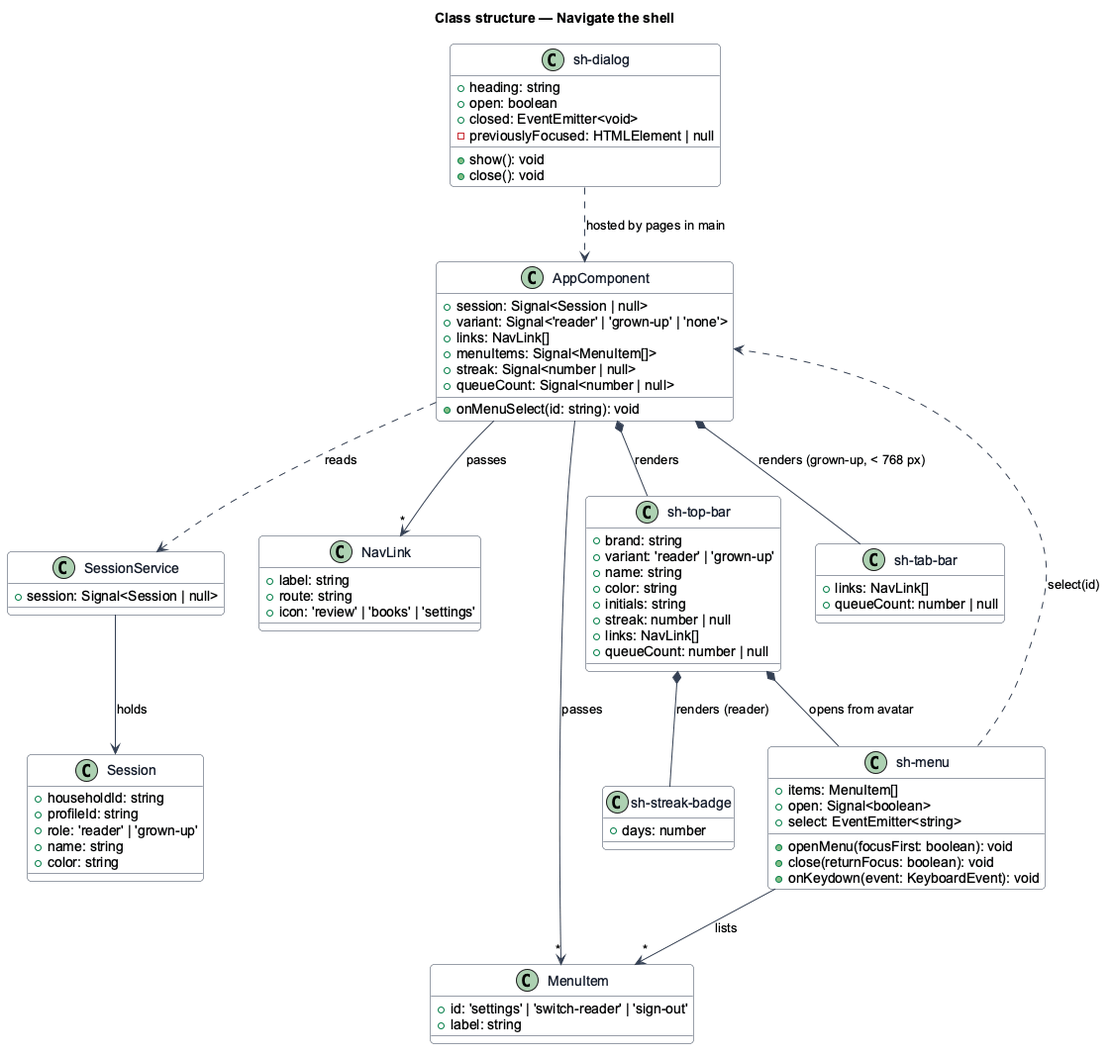
The PlantUML diagram docs/detailed-designs/shell/navigate-shell/diagrams/class-structure.png in QuinntyneBrown/shelfie, before a commit. The source it was exported from:
```plantuml
@startuml
skinparam backgroundColor #FFFFFF
skinparam shadowing false
skinparam roundcorner 8
skinparam defaultFontName Arial
skinparam ArrowColor #344054
skinparam class {
  BorderColor #344054
  FontColor #101828
  BackgroundColor #F9FAFB
}
title Class structure — Navigate the shell

class AppComponent {
  +session: Signal<Session | null>
  +variant: Signal<'reader' | 'grown-up' | 'none'>
  +links: NavLink[]
  +menuItems: Signal<MenuItem[]>
  +streak: Signal<number | null>
  +queueCount: Signal<number | null>
  +onMenuSelect(id: string): void
}

class SessionService {
  +session: Signal<Session | null>
}

class Session {
  +householdId: string
  +profileId: string
  +role: 'reader' | 'grown-up'
  +name: string
  +color: string
}

class NavLink {
  +label: string
  +route: string
  +icon: 'review' | 'books' | 'settings'
}

class MenuItem {
  +id: 'settings' | 'switch-reader' | 'sign-out'
  +label: string
}

class "sh-top-bar" as TopBar {
  +brand: string
  +variant: 'reader' | 'grown-up'
  +name: string
  +color: string
  +initials: string
  +streak: number | null
  +links: NavLink[]
  +queueCount: number | null
}

class "sh-tab-bar" as TabBar {
  +links: NavLink[]
  +queueCount: number | null
}

class "sh-menu" as Menu {
  +items: MenuItem[]
  +open: Signal<boolean>
  +select: EventEmitter<string>
  +openMenu(focusFirst: boolean): void
  +close(returnFocus: boolean): void
  +onKeydown(event: KeyboardEvent): void
}

class "sh-streak-badge" as StreakBadge {
  +days: number
}

class "sh-dialog" as Dialog {
  +heading: string
  +open: boolean
  +closed: EventEmitter<void>
  -previouslyFocused: HTMLElement | null
  +show(): void
  +close(): void
}

AppComponent ..> SessionService : reads
SessionService --> Session : holds
AppComponent *-- TopBar : renders
AppComponent *-- TabBar : renders (grown-up, < 768 px)
AppComponent --> "*" NavLink : passes
AppComponent --> "*" MenuItem : passes
TopBar *-- Menu : opens from avatar
TopBar *-- StreakBadge : renders (reader)
Menu --> "*" MenuItem : lists
Menu ..> AppComponent : select(id)
Dialog ..> AppComponent : hosted by pages in main
@enduml
```
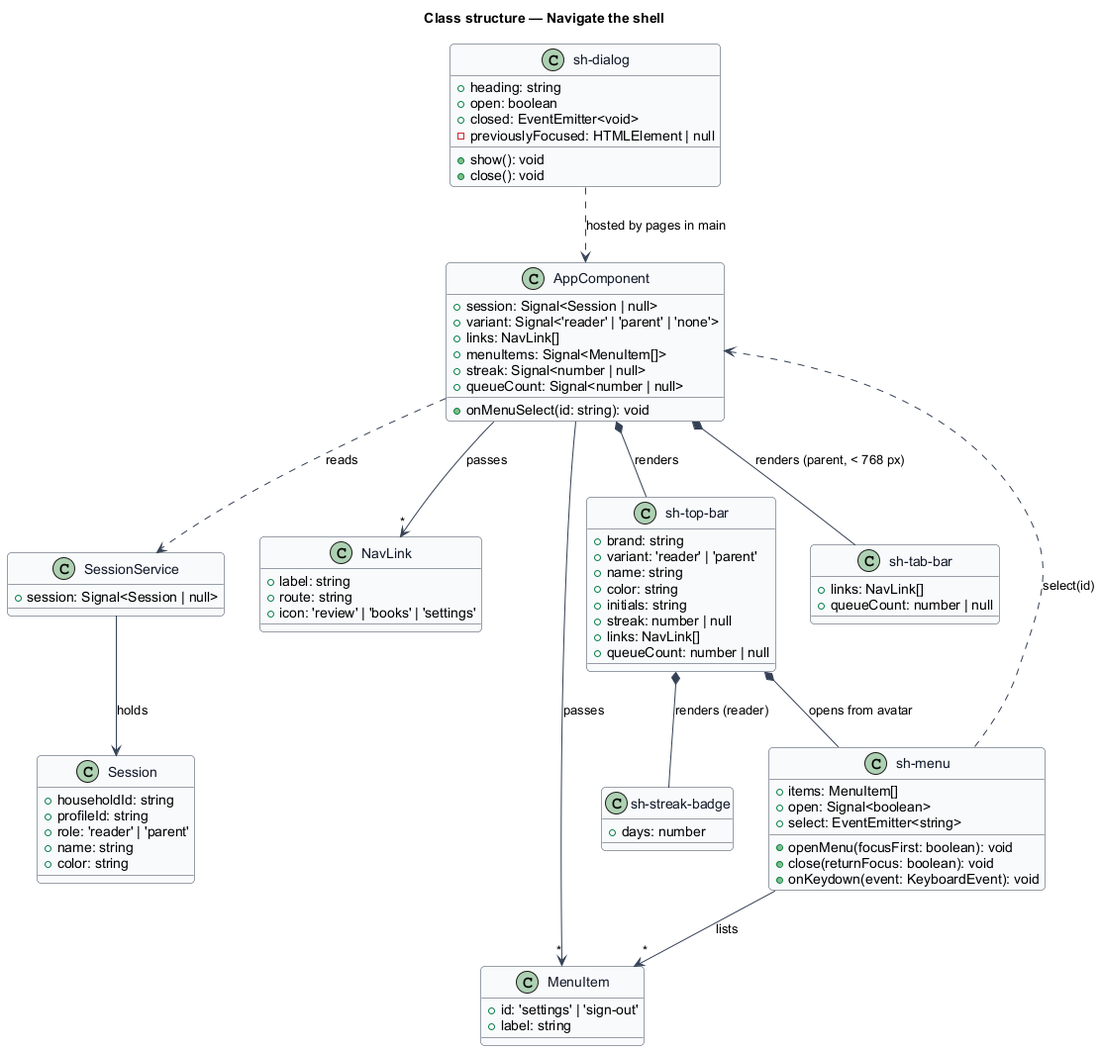
The same file after the commit.

The edit, as a diff of the source:
```diff
@@ -13,7 +13,7 @@
 
 class AppComponent {
   +session: Signal<Session | null>
-  +variant: Signal<'reader' | 'grown-up' | 'none'>
+  +variant: Signal<'reader' | 'parent' | 'none'>
   +links: NavLink[]
   +menuItems: Signal<MenuItem[]>
   +streak: Signal<number | null>
@@ -28,7 +28,7 @@
 class Session {
   +householdId: string
   +profileId: string
-  +role: 'reader' | 'grown-up'
+  +role: 'reader' | 'parent'
   +name: string
   +color: string
 }
@@ -40,13 +40,13 @@
 }
 
 class MenuItem {
-  +id: 'settings' | 'switch-reader' | 'sign-out'
+  +id: 'settings' | 'sign-out'
   +label: string
 }
 
 class "sh-top-bar" as TopBar {
   +brand: string
-  +variant: 'reader' | 'grown-up'
+  +variant: 'reader' | 'parent'
   +name: string
   +color: string
   +initials: string
@@ -85,7 +85,7 @@
 AppComponent ..> SessionService : reads
 SessionService --> Session : holds
 AppComponent *-- TopBar : renders
-AppComponent *-- TabBar : renders (grown-up, < 768 px)
+AppComponent *-- TabBar : renders (parent, < 768 px)
 AppComponent --> "*" NavLink : passes
 AppComponent --> "*" MenuItem : passes
 TopBar *-- Menu : opens from avatar
```
